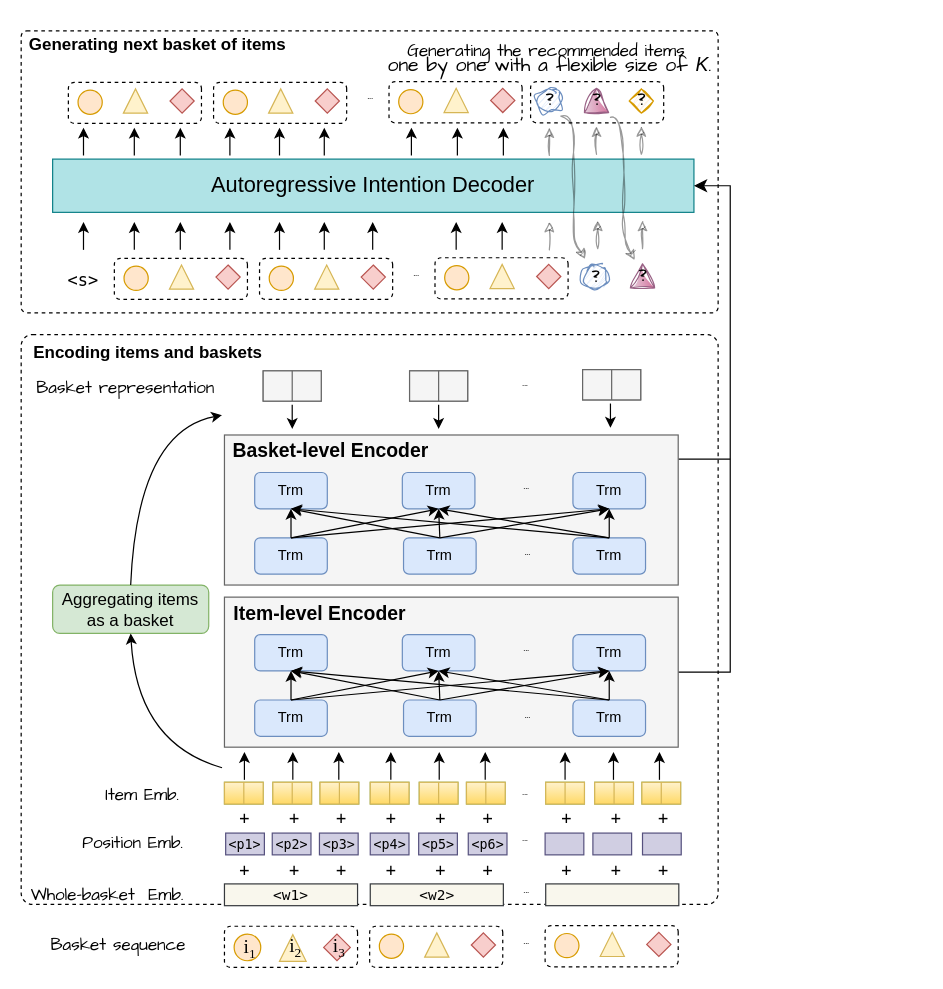
Before: architecture.drawio in wenqisun/data, a draw.io diagram. Source tidied: cells renumbered, new cells numbered last; positions are measured from the earlier drawing's top-left corner, leaving out a move shared by most shapes. Both pictures are drawn from the tidied source at 121%, with x=0, y=0 at pixel (21, 21).
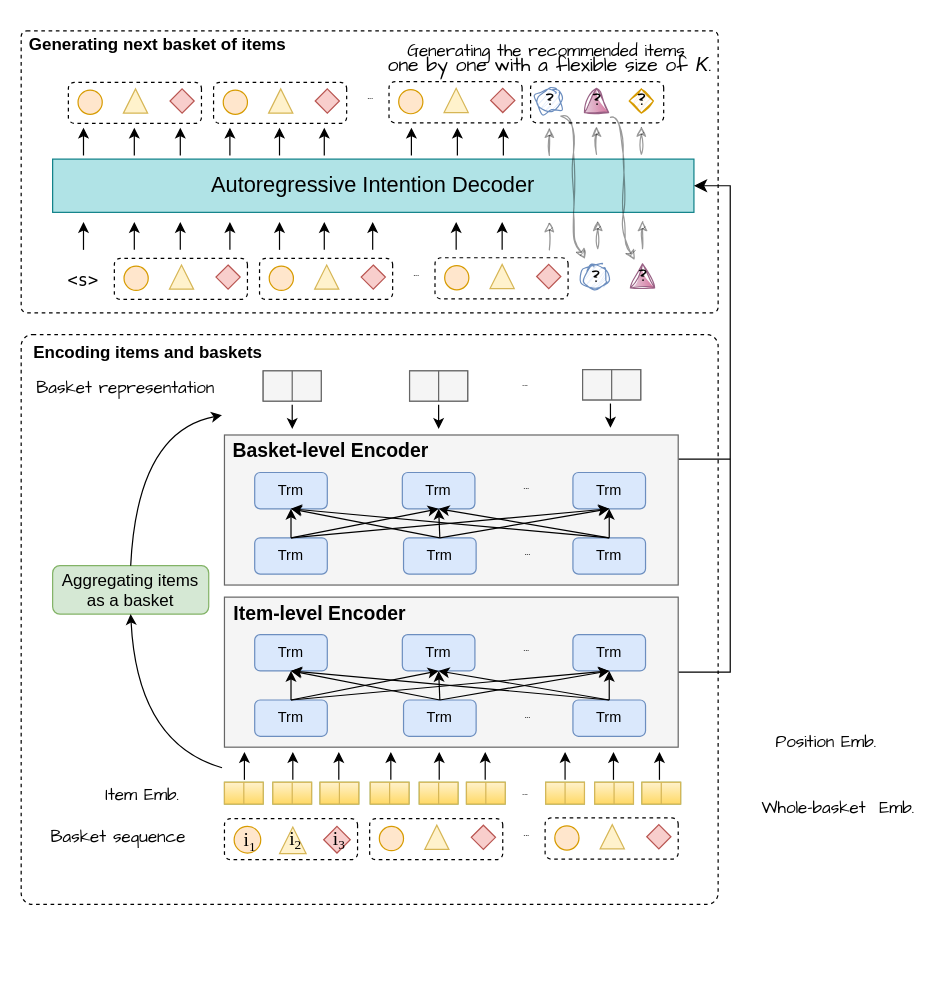
The same diagram, later.

Diff of the diagram source:
```diff
@@
     <mxCell id="5" value="Aggregating items &lt;br&gt;as a basket" style="rounded=1;whiteSpace=wrap;html=1;fontSize=14;fillColor=#d5e8d4;strokeColor=#82b366;" parent="1" vertex="1">
-      <mxGeometry x="26" y="466" width="129" height="40" as="geometry" />
+      <mxGeometry x="26" y="450" width="129" height="40" as="geometry" />
     </mxCell>
     <mxCell id="6" value="&lt;p style=&quot;line-height: 0%;&quot;&gt;&lt;font style=&quot;font-size: 14px;&quot;&gt;&lt;font face=&quot;Comic Sans MS&quot; style=&quot;&quot;&gt;Basket&amp;nbsp;&lt;/font&gt;&lt;span style=&quot;font-family: &amp;quot;Comic Sans MS&amp;quot;; background-color: initial;&quot;&gt;sequence&lt;/span&gt;&lt;/font&gt;&lt;/p&gt;" style="text;strokeColor=none;align=center;fillColor=none;html=1;verticalAlign=middle;whiteSpace=wrap;rounded=0;dashed=1;" parent="1" vertex="1">
-      <mxGeometry x="26" y="748" width="108.5" height="30" as="geometry" />
+      <mxGeometry x="26" y="659" width="108.5" height="30" as="geometry" />
     </mxCell>
@@
     <mxCell id="10" style="rounded=1;whiteSpace=wrap;html=1;dashed=1;direction=south;" parent="1" vertex="1">
-      <mxGeometry x="168" y="748" width="110" height="34" as="geometry" />
+      <mxGeometry x="168" y="659" width="110" height="34" as="geometry" />
     </mxCell>
     <mxCell id="11" value="&lt;font face=&quot;Times New Roman&quot;&gt;&lt;font style=&quot;font-size: 18px;&quot;&gt;&amp;nbsp;&lt;/font&gt;&lt;font style=&quot;font-size: 16px;&quot;&gt;i&lt;/font&gt;&lt;sub style=&quot;&quot;&gt;&lt;font style=&quot;font-size: 11px;&quot;&gt;1&lt;/font&gt;&lt;/sub&gt;&lt;/font&gt;" style="ellipse;whiteSpace=wrap;html=1;fillColor=#ffe6cc;strokeColor=#d79b00;" parent="1" vertex="1">
-      <mxGeometry x="176" y="754.5" width="22" height="22" as="geometry" />
+      <mxGeometry x="176" y="665.5" width="22" height="22" as="geometry" />
     </mxCell>
     <mxCell id="12" value="&lt;font style=&quot;&quot; face=&quot;Times New Roman&quot;&gt;&lt;font style=&quot;font-size: 16px;&quot;&gt;&amp;nbsp;i&lt;/font&gt;&lt;sub style=&quot;&quot;&gt;&lt;font style=&quot;font-size: 11px;&quot;&gt;2&lt;/font&gt;&lt;/sub&gt;&lt;/font&gt;" style="triangle;whiteSpace=wrap;html=1;fontFamily=Comic Sans MS;fontSize=14;direction=north;fillColor=#fff2cc;strokeColor=#d6b656;" parent="1" vertex="1">
-      <mxGeometry x="213.5" y="755" width="22" height="22" as="geometry" />
+      <mxGeometry x="213.5" y="666" width="22" height="22" as="geometry" />
     </mxCell>
     <mxCell id="13" value="&lt;font style=&quot;&quot; face=&quot;Times New Roman&quot;&gt;&lt;font style=&quot;font-size: 16px;&quot;&gt;&amp;nbsp;i&lt;/font&gt;&lt;sub style=&quot;&quot;&gt;&lt;font style=&quot;font-size: 11px;&quot;&gt;3&lt;/font&gt;&lt;/sub&gt;&lt;/font&gt;" style="rhombus;whiteSpace=wrap;html=1;fontFamily=Comic Sans MS;fontSize=14;fillColor=#f8cecc;strokeColor=#b85450;" parent="1" vertex="1">
-      <mxGeometry x="250" y="754.5" width="22" height="22" as="geometry" />
+      <mxGeometry x="250" y="665.5" width="22" height="22" as="geometry" />
     </mxCell>
     <mxCell id="14" value="&lt;p style=&quot;line-height: 0%;&quot;&gt;&lt;font face=&quot;Comic Sans MS&quot;&gt;&lt;span style=&quot;font-size: 11px;&quot;&gt;...&lt;/span&gt;&lt;/font&gt;&lt;/p&gt;" style="text;strokeColor=none;align=center;fillColor=none;html=1;verticalAlign=middle;whiteSpace=wrap;rounded=0;dashed=1;" parent="1" vertex="1">
-      <mxGeometry x="403" y="743.5" width="30" height="30" as="geometry" />
+      <mxGeometry x="403" y="654.5" width="30" height="30" as="geometry" />
     </mxCell>
@@
     <mxCell id="16" value="&lt;p style=&quot;line-height: 0%;&quot;&gt;&lt;font style=&quot;font-size: 14px;&quot; face=&quot;Comic Sans MS&quot;&gt;Whole-basket&amp;nbsp; Emb.&lt;/font&gt;&lt;/p&gt;" style="text;strokeColor=none;align=center;fillColor=none;html=1;verticalAlign=middle;whiteSpace=wrap;rounded=0;dashed=1;" parent="1" vertex="1">
-      <mxGeometry x="2" y="707" width="138.5" height="30" as="geometry" />
+      <mxGeometry x="606" y="634.5" width="138.5" height="30" as="geometry" />
     </mxCell>
     <mxCell id="17" value="&lt;p style=&quot;line-height: 0%;&quot;&gt;&lt;font style=&quot;font-size: 14px;&quot; face=&quot;Comic Sans MS&quot;&gt;Position Emb.&lt;/font&gt;&lt;/p&gt;" style="text;strokeColor=none;align=center;fillColor=none;html=1;verticalAlign=middle;whiteSpace=wrap;rounded=0;dashed=1;" parent="1" vertex="1">
-      <mxGeometry x="43" y="664" width="98.5" height="30" as="geometry" />
+      <mxGeometry x="616" y="580" width="98.5" height="30" as="geometry" />
     </mxCell>
-    <mxCell id="18" value="+" style="text;strokeColor=none;align=center;fillColor=none;html=1;verticalAlign=middle;whiteSpace=wrap;rounded=0;fontSize=14;fontFamily=Lucida Console;" parent="1" vertex="1">
-      <mxGeometry x="180" y="654" width="10" height="10" as="geometry" />
-    </mxCell>
-    <mxCell id="19" value="+" style="text;strokeColor=none;align=center;fillColor=none;html=1;verticalAlign=middle;whiteSpace=wrap;rounded=0;fontSize=14;fontFamily=Lucida Console;" parent="1" vertex="1">
-      <mxGeometry x="221" y="654" width="10" height="10" as="geometry" />
-    </mxCell>
-    <mxCell id="20" value="+" style="text;strokeColor=none;align=center;fillColor=none;html=1;verticalAlign=middle;whiteSpace=wrap;rounded=0;fontSize=14;fontFamily=Lucida Console;" parent="1" vertex="1">
-      <mxGeometry x="260" y="654" width="10" height="10" as="geometry" />
-    </mxCell>
-    <mxCell id="21" value="&lt;font style=&quot;font-size: 11px;&quot;&gt;&amp;lt;p1&amp;gt;&lt;/font&gt;" style="rounded=0;whiteSpace=wrap;html=1;fontFamily=Lucida Console;fontSize=14;fillColor=#d0cee2;strokeColor=#56517e;" parent="1" vertex="1">
-      <mxGeometry x="169" y="671" width="32" height="18" as="geometry" />
-    </mxCell>
-    <mxCell id="22" value="&lt;font style=&quot;font-size: 11px;&quot;&gt;&amp;lt;p2&amp;gt;&lt;/font&gt;" style="rounded=0;whiteSpace=wrap;html=1;fontFamily=Lucida Console;fontSize=14;fillColor=#d0cee2;strokeColor=#56517e;" parent="1" vertex="1">
-      <mxGeometry x="207.5" y="671" width="32" height="18" as="geometry" />
-    </mxCell>
-    <mxCell id="23" value="&lt;font style=&quot;font-size: 11px;&quot;&gt;&amp;lt;p3&amp;gt;&lt;/font&gt;" style="rounded=0;whiteSpace=wrap;html=1;fontFamily=Lucida Console;fontSize=14;fillColor=#d0cee2;strokeColor=#56517e;" parent="1" vertex="1">
-      <mxGeometry x="246.5" y="671" width="32" height="18" as="geometry" />
-    </mxCell>
-    <mxCell id="24" value="&lt;font style=&quot;font-size: 11px;&quot;&gt;&amp;lt;p4&amp;gt;&lt;/font&gt;" style="rounded=0;whiteSpace=wrap;html=1;fontFamily=Lucida Console;fontSize=14;fillColor=#d0cee2;strokeColor=#56517e;" parent="1" vertex="1">
-      <mxGeometry x="288.5" y="671" width="32" height="18" as="geometry" />
-    </mxCell>
-    <mxCell id="25" value="&lt;font style=&quot;font-size: 11px;&quot;&gt;&amp;lt;p5&amp;gt;&lt;/font&gt;" style="rounded=0;whiteSpace=wrap;html=1;fontFamily=Lucida Console;fontSize=14;fillColor=#d0cee2;strokeColor=#56517e;" parent="1" vertex="1">
-      <mxGeometry x="328.5" y="671" width="32" height="18" as="geometry" />
-    </mxCell>
-    <mxCell id="26" value="&lt;font style=&quot;font-size: 11px;&quot;&gt;&amp;lt;p6&amp;gt;&lt;/font&gt;" style="rounded=0;whiteSpace=wrap;html=1;fontFamily=Lucida Console;fontSize=14;fillColor=#d0cee2;strokeColor=#56517e;" parent="1" vertex="1">
-      <mxGeometry x="369.5" y="671" width="32" height="18" as="geometry" />
-    </mxCell>
-    <mxCell id="27" style="rounded=0;whiteSpace=wrap;html=1;fontFamily=Lucida Console;fontSize=14;fillColor=#d0cee2;strokeColor=#56517e;" parent="1" vertex="1">
-      <mxGeometry x="433" y="671" width="32" height="18" as="geometry" />
-    </mxCell>
-    <mxCell id="28" style="rounded=0;whiteSpace=wrap;html=1;fontFamily=Lucida Console;fontSize=14;fillColor=#d0cee2;strokeColor=#56517e;" parent="1" vertex="1">
-      <mxGeometry x="472.5" y="671" width="32" height="18" as="geometry" />
-    </mxCell>
-    <mxCell id="29" style="rounded=0;whiteSpace=wrap;html=1;fontFamily=Lucida Console;fontSize=14;fillColor=#d0cee2;strokeColor=#56517e;" parent="1" vertex="1">
-      <mxGeometry x="513.5" y="671" width="32" height="18" as="geometry" />
-    </mxCell>
-    <mxCell id="30" value="&lt;p style=&quot;line-height: 0%;&quot;&gt;&lt;font face=&quot;Comic Sans MS&quot;&gt;&lt;span style=&quot;font-size: 11px;&quot;&gt;...&lt;/span&gt;&lt;/font&gt;&lt;/p&gt;" style="text;strokeColor=none;align=center;fillColor=none;html=1;verticalAlign=middle;whiteSpace=wrap;rounded=0;dashed=1;" parent="1" vertex="1">
-      <mxGeometry x="402" y="659" width="30" height="30" as="geometry" />
-    </mxCell>
@@
-    <mxCell id="37" value="+" style="text;strokeColor=none;align=center;fillColor=none;html=1;verticalAlign=middle;whiteSpace=wrap;rounded=0;fontSize=14;fontFamily=Lucida Console;" parent="1" vertex="1">
-      <mxGeometry x="301" y="654" width="10" height="10" as="geometry" />
-    </mxCell>
-    <mxCell id="38" value="+" style="text;strokeColor=none;align=center;fillColor=none;html=1;verticalAlign=middle;whiteSpace=wrap;rounded=0;fontSize=14;fontFamily=Lucida Console;" parent="1" vertex="1">
-      <mxGeometry x="342" y="654" width="10" height="10" as="geometry" />
-    </mxCell>
-    <mxCell id="39" value="+" style="text;strokeColor=none;align=center;fillColor=none;html=1;verticalAlign=middle;whiteSpace=wrap;rounded=0;fontSize=14;fontFamily=Lucida Console;" parent="1" vertex="1">
-      <mxGeometry x="381" y="654" width="10" height="10" as="geometry" />
-    </mxCell>
@@
-    <mxCell id="50" value="+" style="text;strokeColor=none;align=center;fillColor=none;html=1;verticalAlign=middle;whiteSpace=wrap;rounded=0;fontSize=14;fontFamily=Lucida Console;" parent="1" vertex="1">
-      <mxGeometry x="446" y="654" width="10" height="10" as="geometry" />
-    </mxCell>
-    <mxCell id="51" value="+" style="text;strokeColor=none;align=center;fillColor=none;html=1;verticalAlign=middle;whiteSpace=wrap;rounded=0;fontSize=14;fontFamily=Lucida Console;" parent="1" vertex="1">
-      <mxGeometry x="487" y="654" width="10" height="10" as="geometry" />
-    </mxCell>
-    <mxCell id="52" value="+" style="text;strokeColor=none;align=center;fillColor=none;html=1;verticalAlign=middle;whiteSpace=wrap;rounded=0;fontSize=14;fontFamily=Lucida Console;" parent="1" vertex="1">
-      <mxGeometry x="526" y="654" width="10" height="10" as="geometry" />
-    </mxCell>
@@
-    <mxCell id="62" value="+" style="text;strokeColor=none;align=center;fillColor=none;html=1;verticalAlign=middle;whiteSpace=wrap;rounded=0;fontSize=14;fontFamily=Lucida Console;" parent="1" vertex="1">
-      <mxGeometry x="180" y="697" width="10" height="10" as="geometry" />
-    </mxCell>
-    <mxCell id="63" value="+" style="text;strokeColor=none;align=center;fillColor=none;html=1;verticalAlign=middle;whiteSpace=wrap;rounded=0;fontSize=14;fontFamily=Lucida Console;" parent="1" vertex="1">
-      <mxGeometry x="221" y="697" width="10" height="10" as="geometry" />
-    </mxCell>
-    <mxCell id="64" value="+" style="text;strokeColor=none;align=center;fillColor=none;html=1;verticalAlign=middle;whiteSpace=wrap;rounded=0;fontSize=14;fontFamily=Lucida Console;" parent="1" vertex="1">
-      <mxGeometry x="260" y="697" width="10" height="10" as="geometry" />
-    </mxCell>
-    <mxCell id="65" value="+" style="text;strokeColor=none;align=center;fillColor=none;html=1;verticalAlign=middle;whiteSpace=wrap;rounded=0;fontSize=14;fontFamily=Lucida Console;" parent="1" vertex="1">
-      <mxGeometry x="301" y="697" width="10" height="10" as="geometry" />
-    </mxCell>
-    <mxCell id="66" value="+" style="text;strokeColor=none;align=center;fillColor=none;html=1;verticalAlign=middle;whiteSpace=wrap;rounded=0;fontSize=14;fontFamily=Lucida Console;" parent="1" vertex="1">
-      <mxGeometry x="342" y="697" width="10" height="10" as="geometry" />
-    </mxCell>
-    <mxCell id="67" value="+" style="text;strokeColor=none;align=center;fillColor=none;html=1;verticalAlign=middle;whiteSpace=wrap;rounded=0;fontSize=14;fontFamily=Lucida Console;" parent="1" vertex="1">
-      <mxGeometry x="381" y="697" width="10" height="10" as="geometry" />
-    </mxCell>
-    <mxCell id="68" value="+" style="text;strokeColor=none;align=center;fillColor=none;html=1;verticalAlign=middle;whiteSpace=wrap;rounded=0;fontSize=14;fontFamily=Lucida Console;" parent="1" vertex="1">
-      <mxGeometry x="446" y="697" width="10" height="10" as="geometry" />
-    </mxCell>
-    <mxCell id="69" value="+" style="text;strokeColor=none;align=center;fillColor=none;html=1;verticalAlign=middle;whiteSpace=wrap;rounded=0;fontSize=14;fontFamily=Lucida Console;" parent="1" vertex="1">
-      <mxGeometry x="487" y="697" width="10" height="10" as="geometry" />
-    </mxCell>
-    <mxCell id="70" value="+" style="text;strokeColor=none;align=center;fillColor=none;html=1;verticalAlign=middle;whiteSpace=wrap;rounded=0;fontSize=14;fontFamily=Lucida Console;" parent="1" vertex="1">
-      <mxGeometry x="526" y="697" width="10" height="10" as="geometry" />
-    </mxCell>
-    <mxCell id="71" value="&lt;font style=&quot;font-size: 12px;&quot;&gt;&amp;lt;w1&amp;gt;&lt;/font&gt;" style="rounded=0;whiteSpace=wrap;html=1;fontFamily=Lucida Console;fontSize=14;fillColor=#f9f7ed;strokeColor=#36393d;" parent="1" vertex="1">
-      <mxGeometry x="168" y="713" width="110" height="18" as="geometry" />
-    </mxCell>
@@
-    <mxCell id="75" value="&lt;font style=&quot;font-size: 12px;&quot;&gt;&amp;lt;w2&amp;gt;&lt;/font&gt;" style="rounded=0;whiteSpace=wrap;html=1;fontFamily=Lucida Console;fontSize=14;fillColor=#f9f7ed;strokeColor=#36393d;" parent="1" vertex="1">
-      <mxGeometry x="288.5" y="713" width="110" height="18" as="geometry" />
-    </mxCell>
-    <mxCell id="76" style="rounded=0;whiteSpace=wrap;html=1;fontFamily=Lucida Console;fontSize=14;fillColor=#f9f7ed;strokeColor=#36393d;" parent="1" vertex="1">
-      <mxGeometry x="433.5" y="713" width="110" height="18" as="geometry" />
-    </mxCell>
-    <mxCell id="77" value="&lt;p style=&quot;line-height: 0%;&quot;&gt;&lt;font face=&quot;Comic Sans MS&quot;&gt;&lt;span style=&quot;font-size: 11px;&quot;&gt;...&lt;/span&gt;&lt;/font&gt;&lt;/p&gt;" style="text;strokeColor=none;align=center;fillColor=none;html=1;verticalAlign=middle;whiteSpace=wrap;rounded=0;dashed=1;" parent="1" vertex="1">
-      <mxGeometry x="403" y="702" width="30" height="30" as="geometry" />
-    </mxCell>
     <mxCell id="78" style="rounded=1;whiteSpace=wrap;html=1;dashed=1;direction=south;" parent="1" vertex="1">
-      <mxGeometry x="288" y="748" width="110" height="34" as="geometry" />
+      <mxGeometry x="288" y="659" width="110" height="34" as="geometry" />
     </mxCell>
     <mxCell id="79" style="ellipse;whiteSpace=wrap;html=1;fillColor=#ffe6cc;strokeColor=#d79b00;" parent="1" vertex="1">
-      <mxGeometry x="296" y="754.5" width="20" height="20" as="geometry" />
+      <mxGeometry x="296" y="665.5" width="20" height="20" as="geometry" />
     </mxCell>
     <mxCell id="80" style="triangle;whiteSpace=wrap;html=1;fontFamily=Comic Sans MS;fontSize=14;direction=north;fillColor=#fff2cc;strokeColor=#d6b656;" parent="1" vertex="1">
-      <mxGeometry x="333.5" y="753.5" width="20" height="20" as="geometry" />
+      <mxGeometry x="333.5" y="664.5" width="20" height="20" as="geometry" />
     </mxCell>
     <mxCell id="81" style="rhombus;whiteSpace=wrap;html=1;fontFamily=Comic Sans MS;fontSize=14;fillColor=#f8cecc;strokeColor=#b85450;" parent="1" vertex="1">
-      <mxGeometry x="372" y="753.5" width="20" height="20" as="geometry" />
+      <mxGeometry x="372" y="664.5" width="20" height="20" as="geometry" />
     </mxCell>
     <mxCell id="82" style="rounded=1;whiteSpace=wrap;html=1;dashed=1;direction=south;" parent="1" vertex="1">
-      <mxGeometry x="433" y="747.5" width="110" height="34" as="geometry" />
+      <mxGeometry x="433" y="658.5" width="110" height="34" as="geometry" />
     </mxCell>
     <mxCell id="83" style="ellipse;whiteSpace=wrap;html=1;fillColor=#ffe6cc;strokeColor=#d79b00;" parent="1" vertex="1">
-      <mxGeometry x="441" y="754" width="20" height="20" as="geometry" />
+      <mxGeometry x="441" y="665" width="20" height="20" as="geometry" />
     </mxCell>
     <mxCell id="84" style="triangle;whiteSpace=wrap;html=1;fontFamily=Comic Sans MS;fontSize=14;direction=north;fillColor=#fff2cc;strokeColor=#d6b656;" parent="1" vertex="1">
-      <mxGeometry x="478.5" y="753" width="20" height="20" as="geometry" />
+      <mxGeometry x="478.5" y="664" width="20" height="20" as="geometry" />
     </mxCell>
     <mxCell id="85" style="rhombus;whiteSpace=wrap;html=1;fontFamily=Comic Sans MS;fontSize=14;fillColor=#f8cecc;strokeColor=#b85450;" parent="1" vertex="1">
-      <mxGeometry x="517" y="753" width="20" height="20" as="geometry" />
+      <mxGeometry x="517" y="664" width="20" height="20" as="geometry" />
     </mxCell>
```
